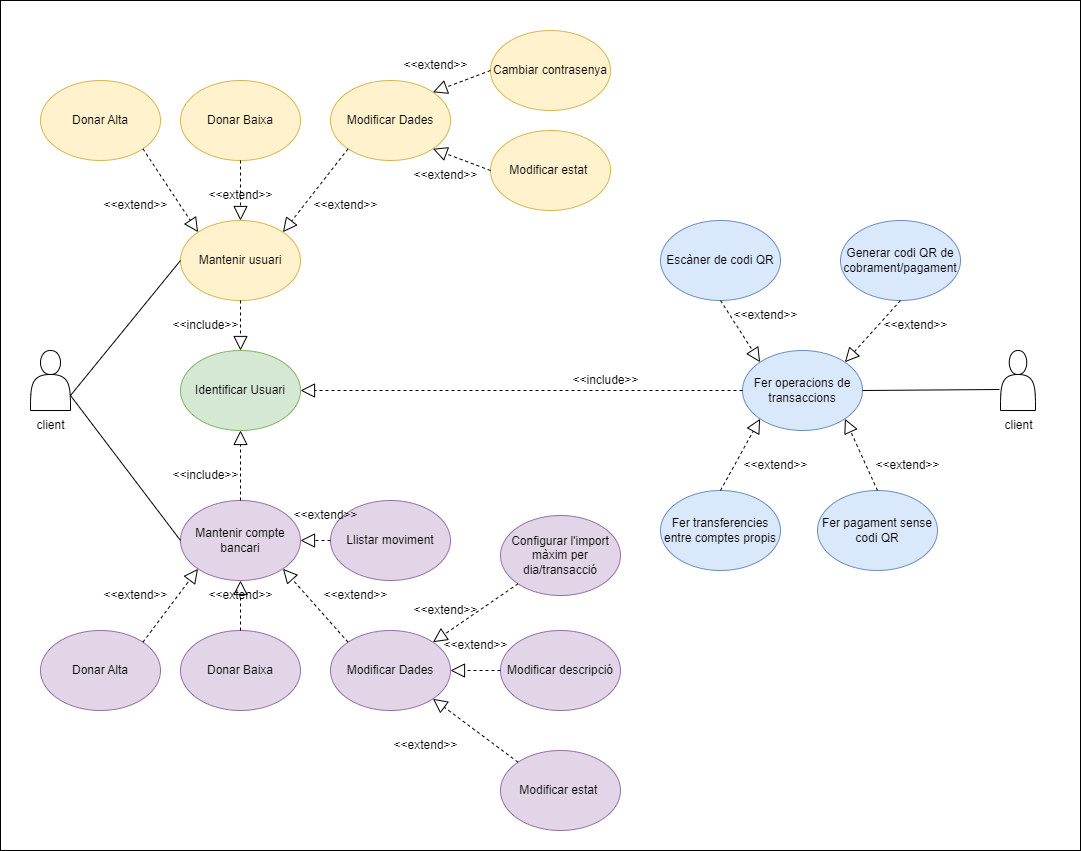
This is imatges/diagrama caso de uso client.png from WulinSudan/PFG, a draw.io export, as it was before one commit. Source tidied: cells renumbered, new cells last; positions are measured from the earlier drawing's top-left corner, leaving out a move shared by most shapes.
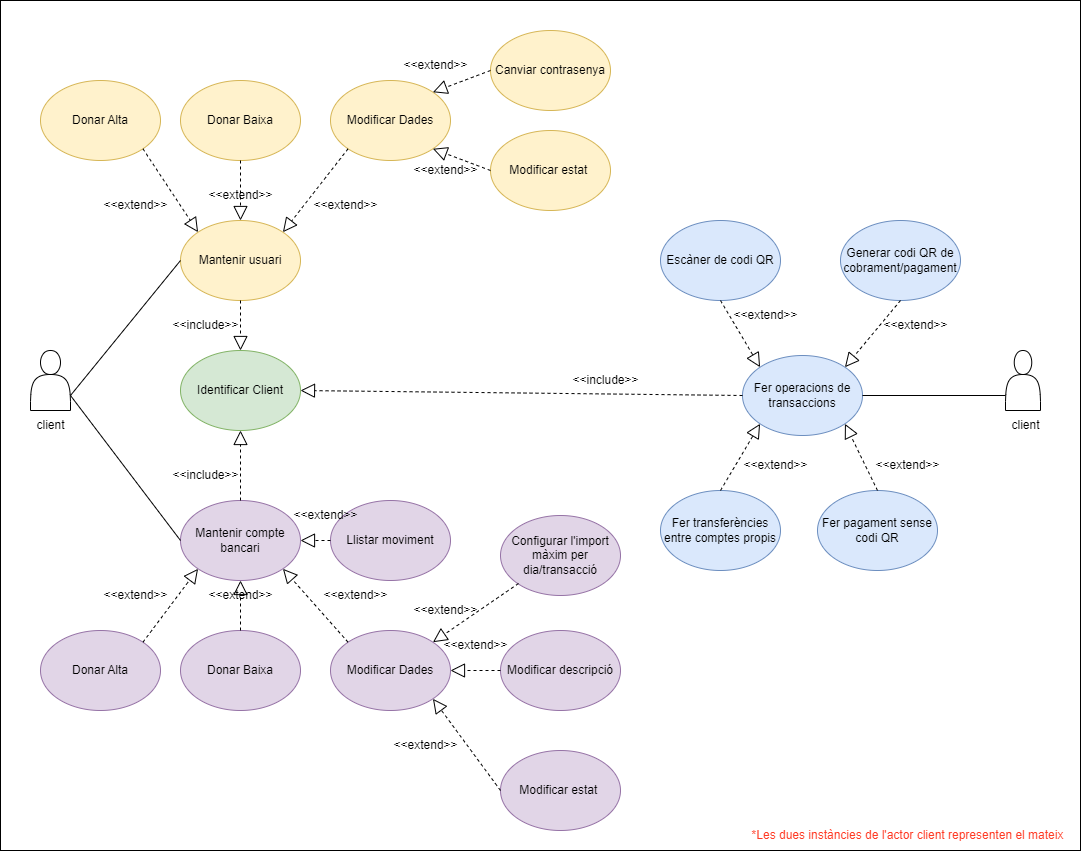
Above is the later version.

The edit, as a diff of the source:
```diff
@@ -23,7 +23,7 @@
     <mxCell id="8" style="endArrow=none;html=1;rounded=0;exitX=1;exitY=0.75;exitDx=0;exitDy=0;entryX=0;entryY=0.5;entryDx=0;entryDy=0;" parent="1" edge="1" source="3" target="6">
       <mxGeometry relative="1" as="geometry" />
     </mxCell>
-    <mxCell id="9" value="Identificar Usuari" style="ellipse;whiteSpace=wrap;html=1;fillColor=#d5e8d4;strokeColor=#82b366;" parent="1" vertex="1">
+    <mxCell id="9" value="Identificar Client" style="ellipse;whiteSpace=wrap;html=1;fillColor=#d5e8d4;strokeColor=#82b366;" parent="1" vertex="1">
       <mxGeometry x="180" y="350" width="120" height="80" as="geometry" />
     </mxCell>
     <mxCell id="10" style="endArrow=block;dashed=1;endFill=0;endSize=12;html=1;rounded=0;exitX=0.5;exitY=1;exitDx=0;exitDy=0;entryX=0.5;entryY=0;entryDx=0;entryDy=0;" parent="1" edge="1" source="5" target="9">
@@ -65,7 +65,7 @@
     <mxCell id="22" value="&amp;lt;&amp;lt;extend&amp;gt;&amp;gt;" style="text;html=1;align=center;verticalAlign=middle;strokeColor=none;fillColor=none;" parent="1" vertex="1">
       <mxGeometry x="195" y="180" width="90" height="30" as="geometry" />
     </mxCell>
-    <mxCell id="23" value="Cambiar contrasenya" style="ellipse;whiteSpace=wrap;html=1;fillColor=#fff2cc;strokeColor=#d6b656;" parent="1" vertex="1">
+    <mxCell id="23" value="Canviar contrasenya" style="ellipse;whiteSpace=wrap;html=1;fillColor=#fff2cc;strokeColor=#d6b656;" parent="1" vertex="1">
       <mxGeometry x="490" y="30" width="120" height="80" as="geometry" />
     </mxCell>
     <mxCell id="24" value="Modificar estat&amp;nbsp;" style="ellipse;whiteSpace=wrap;html=1;fillColor=#fff2cc;strokeColor=#d6b656;" parent="1" vertex="1">
@@ -114,7 +114,7 @@
       <mxGeometry x="390" y="50" width="90" height="30" as="geometry" />
     </mxCell>
     <mxCell id="39" value="&amp;lt;&amp;lt;extend&amp;gt;&amp;gt;" style="text;html=1;align=center;verticalAlign=middle;strokeColor=none;fillColor=none;" parent="1" vertex="1">
-      <mxGeometry x="400" y="160" width="90" height="30" as="geometry" />
+      <mxGeometry x="400" y="155" width="90" height="30" as="geometry" />
     </mxCell>
     <mxCell id="40" value="Modificar descripció" style="ellipse;whiteSpace=wrap;html=1;fillColor=#e1d5e7;strokeColor=#9673a6;" parent="1" vertex="1">
       <mxGeometry x="500" y="630" width="120" height="80" as="geometry" />
@@ -125,13 +125,15 @@
     <mxCell id="42" style="edgeStyle=orthogonalEdgeStyle;rounded=0;orthogonalLoop=1;jettySize=auto;html=1;exitX=0.5;exitY=1;exitDx=0;exitDy=0;" parent="1" edge="1" source="36" target="36">
       <mxGeometry relative="1" as="geometry" />
     </mxCell>
-    <mxCell id="43" style="endArrow=block;dashed=1;endFill=0;endSize=12;html=1;rounded=0;exitX=0;exitY=1;exitDx=0;exitDy=0;entryX=1;entryY=0;entryDx=0;entryDy=0;" parent="1" edge="1" source="41" target="27">
-      <mxGeometry relative="1" as="geometry" />
+    <mxCell id="43" style="endArrow=block;dashed=1;endFill=0;endSize=12;html=1;rounded=0;exitX=1;exitY=0;exitDx=0;exitDy=0;entryX=1;entryY=0;entryDx=0;entryDy=0;" parent="1" edge="1" target="27">
+      <mxGeometry relative="1" as="geometry">
+        <mxPoint x="518" y="583" as="sourcePoint" />
+      </mxGeometry>
     </mxCell>
     <mxCell id="44" style="endArrow=block;dashed=1;endFill=0;endSize=12;html=1;rounded=0;exitX=0;exitY=0.5;exitDx=0;exitDy=0;entryX=1;entryY=0.5;entryDx=0;entryDy=0;" parent="1" edge="1" source="40" target="27">
       <mxGeometry relative="1" as="geometry" />
     </mxCell>
-    <mxCell id="45" style="endArrow=block;dashed=1;endFill=0;endSize=12;html=1;rounded=0;exitX=0;exitY=0;exitDx=0;exitDy=0;entryX=1;entryY=1;entryDx=0;entryDy=0;" parent="1" edge="1" source="36" target="27">
+    <mxCell id="45" style="endArrow=block;dashed=1;endFill=0;endSize=12;html=1;rounded=0;exitX=0;exitY=0.5;exitDx=0;exitDy=0;entryX=1;entryY=1;entryDx=0;entryDy=0;" parent="1" edge="1" source="36" target="27">
       <mxGeometry relative="1" as="geometry" />
     </mxCell>
     <mxCell id="46" value="&amp;lt;&amp;lt;extend&amp;gt;&amp;gt;" style="text;html=1;align=center;verticalAlign=middle;strokeColor=none;fillColor=none;" parent="1" vertex="1">
@@ -141,13 +143,13 @@
       <mxGeometry x="430" y="630" width="90" height="30" as="geometry" />
     </mxCell>
     <mxCell id="48" style="shape=actor;whiteSpace=wrap;html=1;" parent="1" vertex="1">
-      <mxGeometry x="1000" y="350" width="35" height="60" as="geometry" />
+      <mxGeometry x="1005" y="350" width="35" height="60" as="geometry" />
     </mxCell>
     <mxCell id="49" value="client" style="text;html=1;align=center;verticalAlign=middle;strokeColor=none;fillColor=none;" parent="1" vertex="1">
-      <mxGeometry x="992.5" y="410" width="50" height="30" as="geometry" />
+      <mxGeometry x="1000" y="410" width="50" height="30" as="geometry" />
     </mxCell>
     <mxCell id="50" value="Fer operacions de transaccions" style="ellipse;whiteSpace=wrap;html=1;fillColor=#dae8fc;strokeColor=#6c8ebf;" parent="1" vertex="1">
-      <mxGeometry x="742" y="350" width="120" height="80" as="geometry" />
+      <mxGeometry x="742" y="355" width="120" height="80" as="geometry" />
     </mxCell>
     <mxCell id="51" style="endArrow=block;dashed=1;endFill=0;endSize=12;html=1;rounded=0;exitX=0;exitY=0.5;exitDx=0;exitDy=0;entryX=1;entryY=0.5;entryDx=0;entryDy=0;" parent="1" edge="1" source="50" target="9">
       <mxGeometry relative="1" as="geometry" />
@@ -155,7 +157,7 @@
     <mxCell id="52" value="&amp;lt;&amp;lt;include&amp;gt;&amp;gt;" style="text;html=1;align=center;verticalAlign=middle;strokeColor=none;fillColor=none;" parent="1" vertex="1">
       <mxGeometry x="560" y="365" width="90" height="30" as="geometry" />
     </mxCell>
-    <mxCell id="53" style="endArrow=none;html=1;rounded=0;exitX=-0.029;exitY=0.65;exitDx=0;exitDy=0;entryX=1;entryY=0.5;entryDx=0;entryDy=0;exitPerimeter=0;" parent="1" edge="1" source="48" target="50">
+    <mxCell id="53" style="endArrow=none;html=1;rounded=0;exitX=0;exitY=0.75;exitDx=0;exitDy=0;entryX=1;entryY=0.5;entryDx=0;entryDy=0;" parent="1" edge="1" source="48" target="50">
       <mxGeometry relative="1" as="geometry" />
     </mxCell>
     <mxCell id="54" value="Escàner de codi QR" style="ellipse;whiteSpace=wrap;html=1;fillColor=#dae8fc;strokeColor=#6c8ebf;" parent="1" vertex="1">
@@ -170,7 +172,7 @@
     <mxCell id="57" value="Llistar moviment" style="ellipse;whiteSpace=wrap;html=1;fillColor=#e1d5e7;strokeColor=#9673a6;" parent="1" vertex="1">
       <mxGeometry x="330" y="500" width="120" height="80" as="geometry" />
     </mxCell>
-    <mxCell id="58" value="Fer transferencies entre comptes propis" style="ellipse;whiteSpace=wrap;html=1;fillColor=#dae8fc;strokeColor=#6c8ebf;" parent="1" vertex="1">
+    <mxCell id="58" value="Fer transferències entre comptes propis" style="ellipse;whiteSpace=wrap;html=1;fillColor=#dae8fc;strokeColor=#6c8ebf;" parent="1" vertex="1">
       <mxGeometry x="660" y="490" width="120" height="80" as="geometry" />
     </mxCell>
     <mxCell id="59" style="endArrow=block;dashed=1;endFill=0;endSize=12;html=1;rounded=0;entryX=1;entryY=0.5;entryDx=0;entryDy=0;" parent="1" edge="1" source="57" target="6">
@@ -203,5 +205,8 @@
     <mxCell id="68" value="&amp;lt;&amp;lt;extend&amp;gt;&amp;gt;" style="text;html=1;align=center;verticalAlign=middle;strokeColor=none;fillColor=none;" parent="1" vertex="1">
       <mxGeometry x="862" y="450" width="90" height="30" as="geometry" />
     </mxCell>
+    <mxCell id="69" value="&lt;font color=&quot;#ff3a24&quot;&gt;*Les dues instàncies de l'actor client representen el mateix&lt;/font&gt;" style="text;html=1;align=center;verticalAlign=middle;strokeColor=none;fillColor=none;" parent="1" vertex="1">
+      <mxGeometry x="737" y="820" width="340" height="30" as="geometry" />
+    </mxCell>
   </root>
 </mxGraphModel>
```
